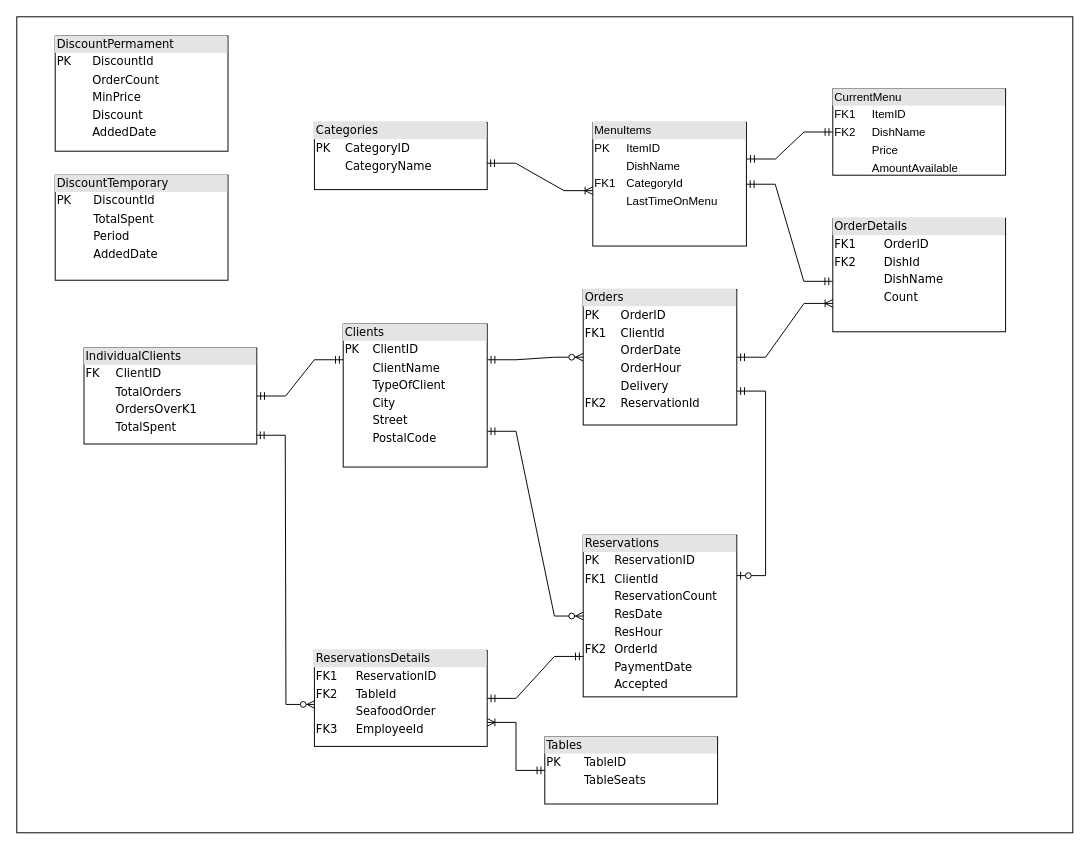
This is DataBaseSchema.drawio from mczajor/DataBases, a draw.io file, before an edit. Source tidied: cells renumbered, new cells numbered last; positions are measured from the earlier drawing's top-left corner, leaving out a move shared by most shapes. Both pictures are drawn from the tidied source at 96%, with x=0, y=0 at pixel (16, 16).
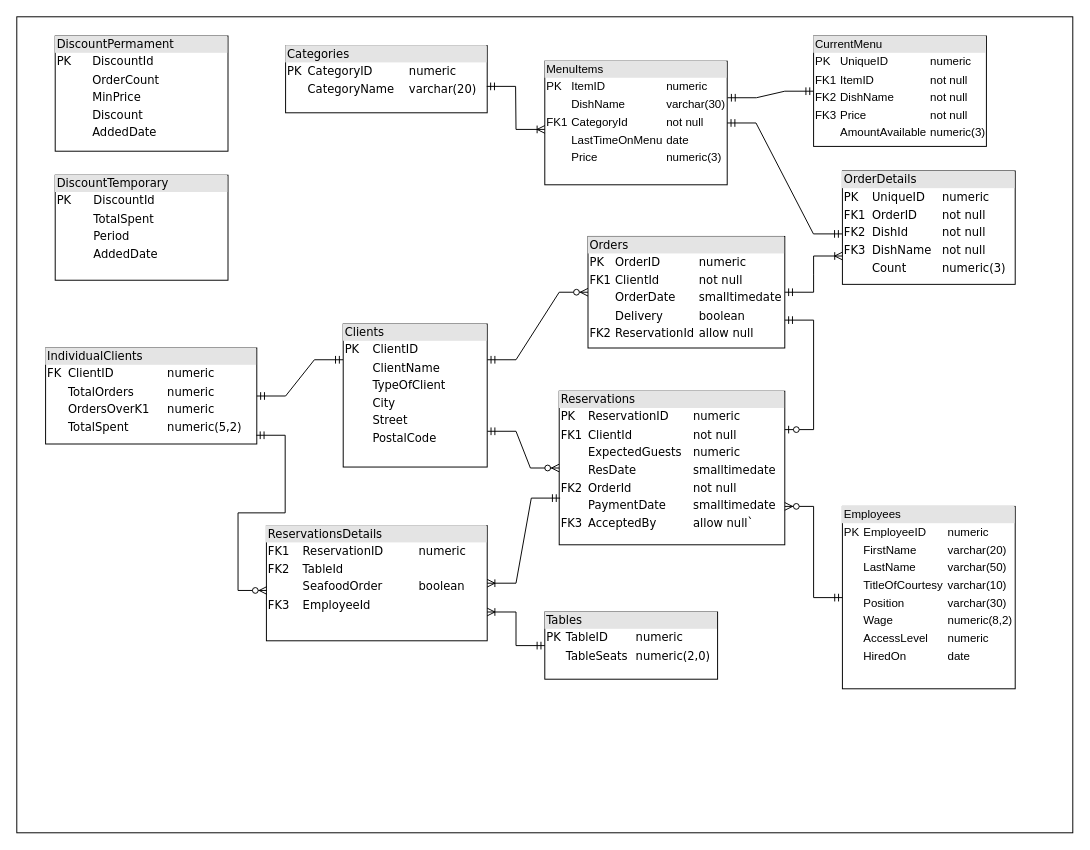
The same page after the edit.

Diff of the diagram source:
```diff
@@
-    <mxCell id="3" value="&lt;div style=&quot;box-sizing: border-box ; width: 100% ; background: #e4e4e4 ; padding: 2px&quot;&gt;Reservations&lt;br&gt;&lt;/div&gt;&lt;table style=&quot;width: 100% ; font-size: 1em&quot; cellspacing=&quot;0&quot; cellpadding=&quot;2&quot;&gt;&lt;tbody&gt;&lt;tr&gt;&lt;td&gt;PK&lt;br&gt;&lt;/td&gt;&lt;td&gt;ReservationID&lt;br&gt;&lt;/td&gt;&lt;/tr&gt;&lt;tr&gt;&lt;td&gt;FK1&lt;br&gt;&lt;/td&gt;&lt;td&gt;ClientId&lt;br&gt;&lt;/td&gt;&lt;/tr&gt;&lt;tr&gt;&lt;td&gt;&lt;br&gt;&lt;/td&gt;&lt;td&gt;ReservationCount&lt;br&gt;&lt;/td&gt;&lt;/tr&gt;&lt;tr&gt;&lt;td&gt;&lt;br&gt;&lt;/td&gt;&lt;td&gt;ResDate&lt;br&gt;&lt;/td&gt;&lt;/tr&gt;&lt;tr&gt;&lt;td&gt;&lt;br&gt;&lt;/td&gt;&lt;td&gt;ResHour&lt;br&gt;&lt;/td&gt;&lt;/tr&gt;&lt;tr&gt;&lt;td&gt;FK2&lt;br&gt;&lt;/td&gt;&lt;td&gt;OrderId&lt;br&gt;&lt;/td&gt;&lt;/tr&gt;&lt;tr&gt;&lt;td&gt;&lt;br&gt;&lt;/td&gt;&lt;td&gt;PaymentDate&lt;br&gt;&lt;/td&gt;&lt;/tr&gt;&lt;tr&gt;&lt;td&gt;&lt;br&gt;&lt;/td&gt;&lt;td&gt;Accepted&lt;br&gt;&lt;/td&gt;&lt;/tr&gt;&lt;/tbody&gt;&lt;/table&gt;" style="verticalAlign=top;align=left;overflow=fill;html=1;rounded=0;shadow=0;comic=0;labelBackgroundColor=none;strokeWidth=1;fontFamily=Verdana;fontSize=12;" parent="1" vertex="1">
-      <mxGeometry x="590" y="540" width="160" height="168.4" as="geometry" />
+    <mxCell id="3" value="&lt;div style=&quot;box-sizing: border-box ; width: 100% ; background: #e4e4e4 ; padding: 2px&quot;&gt;Reservations&lt;br&gt;&lt;/div&gt;&lt;table style=&quot;width: 100% ; font-size: 1em&quot; cellspacing=&quot;0&quot; cellpadding=&quot;2&quot;&gt;&lt;tbody&gt;&lt;tr&gt;&lt;td&gt;PK&lt;br&gt;&lt;/td&gt;&lt;td&gt;ReservationID&lt;br&gt;&lt;/td&gt;&lt;td&gt;numeric&lt;br&gt;&lt;/td&gt;&lt;/tr&gt;&lt;tr&gt;&lt;td&gt;FK1&lt;br&gt;&lt;/td&gt;&lt;td&gt;ClientId&lt;br&gt;&lt;/td&gt;&lt;td&gt;not null&lt;br&gt;&lt;/td&gt;&lt;/tr&gt;&lt;tr&gt;&lt;td&gt;&lt;br&gt;&lt;/td&gt;&lt;td&gt;ExpectedGuests&lt;br&gt;&lt;/td&gt;&lt;td&gt;numeric&lt;br&gt;&lt;/td&gt;&lt;/tr&gt;&lt;tr&gt;&lt;td&gt;&lt;br&gt;&lt;/td&gt;&lt;td&gt;ResDate&lt;br&gt;&lt;/td&gt;&lt;td&gt;smalltimedate&lt;br&gt;&lt;/td&gt;&lt;/tr&gt;&lt;tr&gt;&lt;td&gt;FK2&lt;br&gt;&lt;/td&gt;&lt;td&gt;OrderId&lt;br&gt;&lt;/td&gt;&lt;td&gt;not null&lt;br&gt;&lt;/td&gt;&lt;/tr&gt;&lt;tr&gt;&lt;td&gt;&lt;br&gt;&lt;/td&gt;&lt;td&gt;PaymentDate&lt;br&gt;&lt;/td&gt;&lt;td&gt;smalltimedate&lt;br&gt;&lt;/td&gt;&lt;/tr&gt;&lt;tr&gt;&lt;td&gt;FK3&lt;br&gt;&lt;/td&gt;&lt;td&gt;AcceptedBy&lt;br&gt;&lt;/td&gt;&lt;td&gt;allow null`&lt;br&gt;&lt;/td&gt;&lt;/tr&gt;&lt;/tbody&gt;&lt;/table&gt;" style="verticalAlign=top;align=left;overflow=fill;html=1;rounded=0;shadow=0;comic=0;labelBackgroundColor=none;strokeWidth=1;fontFamily=Verdana;fontSize=12;" parent="1" vertex="1">
+      <mxGeometry x="565" y="390" width="235" height="160" as="geometry" />
     </mxCell>
-    <mxCell id="4" value="&lt;div style=&quot;box-sizing: border-box ; width: 100% ; background: #e4e4e4 ; padding: 2px&quot;&gt;Orders&lt;/div&gt;&lt;table style=&quot;width: 100% ; font-size: 1em&quot; cellspacing=&quot;0&quot; cellpadding=&quot;2&quot;&gt;&lt;tbody&gt;&lt;tr&gt;&lt;td&gt;PK&lt;br&gt;&lt;/td&gt;&lt;td&gt;OrderID&lt;br&gt;&lt;/td&gt;&lt;/tr&gt;&lt;tr&gt;&lt;td&gt;FK1&lt;br&gt;&lt;/td&gt;&lt;td&gt;ClientId&lt;br&gt;&lt;/td&gt;&lt;/tr&gt;&lt;tr&gt;&lt;td&gt;&lt;br&gt;&lt;/td&gt;&lt;td&gt;OrderDate&lt;br&gt;&lt;/td&gt;&lt;/tr&gt;&lt;tr&gt;&lt;td&gt;&lt;br&gt;&lt;/td&gt;&lt;td&gt;OrderHour&lt;br&gt;&lt;/td&gt;&lt;/tr&gt;&lt;tr&gt;&lt;td&gt;&lt;br&gt;&lt;/td&gt;&lt;td&gt;Delivery&lt;br&gt;&lt;/td&gt;&lt;/tr&gt;&lt;tr&gt;&lt;td&gt;FK2&lt;br&gt;&lt;/td&gt;&lt;td&gt;ReservationId&lt;br&gt;&lt;/td&gt;&lt;/tr&gt;&lt;/tbody&gt;&lt;/table&gt;" style="verticalAlign=top;align=left;overflow=fill;html=1;rounded=0;shadow=0;comic=0;labelBackgroundColor=none;strokeWidth=1;fontFamily=Verdana;fontSize=12;" parent="1" vertex="1">
-      <mxGeometry x="590" y="284" width="160" height="141.2" as="geometry" />
+    <mxCell id="4" value="&lt;div style=&quot;box-sizing: border-box ; width: 100% ; background: #e4e4e4 ; padding: 2px&quot;&gt;Orders&lt;/div&gt;&lt;table style=&quot;width: 100% ; font-size: 1em&quot; cellspacing=&quot;0&quot; cellpadding=&quot;2&quot;&gt;&lt;tbody&gt;&lt;tr&gt;&lt;td&gt;PK&lt;br&gt;&lt;/td&gt;&lt;td&gt;OrderID&lt;br&gt;&lt;/td&gt;&lt;td&gt;numeric&lt;br&gt;&lt;/td&gt;&lt;/tr&gt;&lt;tr&gt;&lt;td&gt;FK1&lt;br&gt;&lt;/td&gt;&lt;td&gt;ClientId&lt;br&gt;&lt;/td&gt;&lt;td&gt;not null&lt;br&gt;&lt;/td&gt;&lt;/tr&gt;&lt;tr&gt;&lt;td&gt;&lt;br&gt;&lt;/td&gt;&lt;td&gt;OrderDate&lt;br&gt;&lt;/td&gt;&lt;td&gt;smalltimedate&lt;br&gt;&lt;/td&gt;&lt;/tr&gt;&lt;tr&gt;&lt;td&gt;&lt;br&gt;&lt;/td&gt;&lt;td&gt;Delivery&lt;br&gt;&lt;/td&gt;&lt;td&gt;boolean&lt;br&gt;&lt;/td&gt;&lt;/tr&gt;&lt;tr&gt;&lt;td&gt;FK2&lt;br&gt;&lt;/td&gt;&lt;td&gt;ReservationId&lt;br&gt;&lt;/td&gt;&lt;td&gt;allow null&lt;br&gt;&lt;/td&gt;&lt;/tr&gt;&lt;/tbody&gt;&lt;/table&gt;" style="verticalAlign=top;align=left;overflow=fill;html=1;rounded=0;shadow=0;comic=0;labelBackgroundColor=none;strokeWidth=1;fontFamily=Verdana;fontSize=12;" parent="1" vertex="1">
+      <mxGeometry x="595" y="228.8" width="205" height="116.2" as="geometry" />
     </mxCell>
-    <mxCell id="5" value="&lt;div style=&quot;box-sizing:border-box;width:100%;background:#e4e4e4;padding:2px;&quot;&gt;Categories&lt;/div&gt;&lt;table style=&quot;width:100%;font-size:1em;&quot; cellspacing=&quot;0&quot; cellpadding=&quot;2&quot;&gt;&lt;tbody&gt;&lt;tr&gt;&lt;td&gt;PK&lt;br&gt;&lt;/td&gt;&lt;td&gt;CategoryID&lt;/td&gt;&lt;/tr&gt;&lt;tr&gt;&lt;td&gt;&lt;br&gt;&lt;/td&gt;&lt;td&gt;CategoryName&lt;/td&gt;&lt;/tr&gt;&lt;/tbody&gt;&lt;/table&gt;" style="verticalAlign=top;align=left;overflow=fill;html=1;rounded=0;shadow=0;comic=0;labelBackgroundColor=none;strokeWidth=1;fontFamily=Verdana;fontSize=12;" parent="1" vertex="1">
-      <mxGeometry x="310" y="110" width="180" height="70" as="geometry" />
+    <mxCell id="5" value="&lt;div style=&quot;box-sizing:border-box;width:100%;background:#e4e4e4;padding:2px;&quot;&gt;Categories&lt;/div&gt;&lt;table style=&quot;width:100%;font-size:1em;&quot; cellspacing=&quot;0&quot; cellpadding=&quot;2&quot;&gt;&lt;tbody&gt;&lt;tr&gt;&lt;td&gt;PK&lt;br&gt;&lt;/td&gt;&lt;td&gt;CategoryID&lt;/td&gt;&lt;td&gt;numeric&lt;br&gt;&lt;/td&gt;&lt;/tr&gt;&lt;tr&gt;&lt;td&gt;&lt;br&gt;&lt;/td&gt;&lt;td&gt;CategoryName&lt;/td&gt;&lt;td&gt;varchar(20)&lt;br&gt;&lt;/td&gt;&lt;/tr&gt;&lt;/tbody&gt;&lt;/table&gt;" style="verticalAlign=top;align=left;overflow=fill;html=1;rounded=0;shadow=0;comic=0;labelBackgroundColor=none;strokeWidth=1;fontFamily=Verdana;fontSize=12;" parent="1" vertex="1">
+      <mxGeometry x="280" y="30" width="210" height="70" as="geometry" />
     </mxCell>
-    <mxCell id="6" value="&lt;div style=&quot;box-sizing: border-box ; width: 100% ; background: #e4e4e4 ; padding: 2px&quot;&gt;OrderDetails&lt;/div&gt;&lt;table style=&quot;width: 100% ; font-size: 1em&quot; cellspacing=&quot;0&quot; cellpadding=&quot;2&quot;&gt;&lt;tbody&gt;&lt;tr&gt;&lt;td&gt;FK1&lt;br&gt;&lt;/td&gt;&lt;td&gt;OrderID&lt;br&gt;&lt;/td&gt;&lt;/tr&gt;&lt;tr&gt;&lt;td&gt;FK2&lt;br&gt;&lt;/td&gt;&lt;td&gt;DishId&lt;/td&gt;&lt;/tr&gt;&lt;tr&gt;&lt;td&gt;&lt;br&gt;&lt;/td&gt;&lt;td&gt;DishName&lt;br&gt;&lt;/td&gt;&lt;/tr&gt;&lt;tr&gt;&lt;td&gt;&lt;/td&gt;&lt;td&gt;Count&lt;/td&gt;&lt;/tr&gt;&lt;tr&gt;&lt;td&gt;&lt;br&gt;&lt;/td&gt;&lt;td&gt;&lt;br&gt;&lt;/td&gt;&lt;/tr&gt;&lt;/tbody&gt;&lt;/table&gt;" style="verticalAlign=top;align=left;overflow=fill;html=1;rounded=0;shadow=0;comic=0;labelBackgroundColor=none;strokeWidth=1;fontFamily=Verdana;fontSize=12;" parent="1" vertex="1">
-      <mxGeometry x="850" y="210" width="180" height="118.1" as="geometry" />
+    <mxCell id="6" value="&lt;div style=&quot;box-sizing: border-box ; width: 100% ; background: #e4e4e4 ; padding: 2px&quot;&gt;OrderDetails&lt;/div&gt;&lt;table style=&quot;width: 100% ; font-size: 1em&quot; cellspacing=&quot;0&quot; cellpadding=&quot;2&quot;&gt;&lt;tbody&gt;&lt;tr&gt;&lt;td&gt;PK&lt;br&gt;&lt;/td&gt;&lt;td&gt;UniqueID&lt;br&gt;&lt;/td&gt;&lt;td&gt;numeric&lt;br&gt;&lt;/td&gt;&lt;/tr&gt;&lt;tr&gt;&lt;td&gt;FK1&lt;br&gt;&lt;/td&gt;&lt;td&gt;OrderID&lt;br&gt;&lt;/td&gt;&lt;td&gt;not null&lt;br&gt;&lt;/td&gt;&lt;/tr&gt;&lt;tr&gt;&lt;td&gt;FK2&lt;br&gt;&lt;/td&gt;&lt;td&gt;DishId&lt;/td&gt;&lt;td&gt;not null&lt;br&gt;&lt;/td&gt;&lt;/tr&gt;&lt;tr&gt;&lt;td&gt;FK3&lt;br&gt;&lt;/td&gt;&lt;td&gt;DishName&lt;br&gt;&lt;/td&gt;&lt;td&gt;not null&lt;br&gt;&lt;/td&gt;&lt;/tr&gt;&lt;tr&gt;&lt;td&gt;&lt;/td&gt;&lt;td&gt;Count&lt;/td&gt;&lt;td&gt;numeric(3)&lt;br&gt;&lt;/td&gt;&lt;/tr&gt;&lt;tr&gt;&lt;td&gt;&lt;br&gt;&lt;/td&gt;&lt;td&gt;&lt;br&gt;&lt;/td&gt;&lt;td&gt;&lt;br&gt;&lt;/td&gt;&lt;/tr&gt;&lt;/tbody&gt;&lt;/table&gt;" style="verticalAlign=top;align=left;overflow=fill;html=1;rounded=0;shadow=0;comic=0;labelBackgroundColor=none;strokeWidth=1;fontFamily=Verdana;fontSize=12;" parent="1" vertex="1">
+      <mxGeometry x="860" y="160.6" width="180" height="118.1" as="geometry" />
     </mxCell>
-    <mxCell id="7" value="&lt;div style=&quot;box-sizing:border-box;width:100%;background:#e4e4e4;padding:2px;&quot;&gt;Tables&lt;/div&gt;&lt;table style=&quot;width:100%;font-size:1em;&quot; cellspacing=&quot;0&quot; cellpadding=&quot;2&quot;&gt;&lt;tbody&gt;&lt;tr&gt;&lt;td&gt;PK&lt;br&gt;&lt;/td&gt;&lt;td&gt;TableID&lt;/td&gt;&lt;/tr&gt;&lt;tr&gt;&lt;td&gt;&lt;br&gt;&lt;/td&gt;&lt;td&gt;TableSeats&lt;/td&gt;&lt;/tr&gt;&lt;/tbody&gt;&lt;/table&gt;" style="verticalAlign=top;align=left;overflow=fill;html=1;rounded=0;shadow=0;comic=0;labelBackgroundColor=none;strokeWidth=1;fontFamily=Verdana;fontSize=12;" parent="1" vertex="1">
-      <mxGeometry x="550" y="750" width="180" height="70" as="geometry" />
+    <mxCell id="7" value="&lt;div style=&quot;box-sizing:border-box;width:100%;background:#e4e4e4;padding:2px;&quot;&gt;Tables&lt;/div&gt;&lt;table style=&quot;width:100%;font-size:1em;&quot; cellspacing=&quot;0&quot; cellpadding=&quot;2&quot;&gt;&lt;tbody&gt;&lt;tr&gt;&lt;td&gt;PK&lt;br&gt;&lt;/td&gt;&lt;td&gt;TableID&lt;/td&gt;&lt;td&gt;numeric&lt;br&gt;&lt;/td&gt;&lt;/tr&gt;&lt;tr&gt;&lt;td&gt;&lt;br&gt;&lt;/td&gt;&lt;td&gt;TableSeats&lt;/td&gt;&lt;td&gt;numeric(2,0)&lt;br&gt;&lt;/td&gt;&lt;/tr&gt;&lt;/tbody&gt;&lt;/table&gt;" style="verticalAlign=top;align=left;overflow=fill;html=1;rounded=0;shadow=0;comic=0;labelBackgroundColor=none;strokeWidth=1;fontFamily=Verdana;fontSize=12;" parent="1" vertex="1">
+      <mxGeometry x="550" y="620" width="180" height="70" as="geometry" />
     </mxCell>
-    <mxCell id="8" value="&lt;div style=&quot;box-sizing: border-box ; width: 100% ; background: #e4e4e4 ; padding: 2px&quot;&gt;ReservationsDetails&lt;/div&gt;&lt;table style=&quot;width: 100% ; font-size: 1em&quot; cellspacing=&quot;0&quot; cellpadding=&quot;2&quot;&gt;&lt;tbody&gt;&lt;tr&gt;&lt;td&gt;FK1&lt;br&gt;&lt;/td&gt;&lt;td&gt;ReservationID&lt;/td&gt;&lt;/tr&gt;&lt;tr&gt;&lt;td&gt;FK2&lt;br&gt;&lt;/td&gt;&lt;td&gt;TableId&lt;br&gt;&lt;/td&gt;&lt;/tr&gt;&lt;tr&gt;&lt;td&gt;&lt;br&gt;&lt;/td&gt;&lt;td&gt;SeafoodOrder&lt;br&gt;&lt;/td&gt;&lt;/tr&gt;&lt;tr&gt;&lt;td&gt;FK3&lt;br&gt;&lt;/td&gt;&lt;td&gt;EmployeeId&lt;br&gt;&lt;/td&gt;&lt;/tr&gt;&lt;/tbody&gt;&lt;/table&gt;" style="verticalAlign=top;align=left;overflow=fill;html=1;rounded=0;shadow=0;comic=0;labelBackgroundColor=none;strokeWidth=1;fontFamily=Verdana;fontSize=12;" parent="1" vertex="1">
-      <mxGeometry x="310" y="660" width="180" height="100" as="geometry" />
+    <mxCell id="8" value="&lt;div style=&quot;box-sizing: border-box ; width: 100% ; background: #e4e4e4 ; padding: 2px&quot;&gt;ReservationsDetails&lt;/div&gt;&lt;table style=&quot;width: 100% ; font-size: 1em&quot; cellspacing=&quot;0&quot; cellpadding=&quot;2&quot;&gt;&lt;tbody&gt;&lt;tr&gt;&lt;td&gt;FK1&lt;br&gt;&lt;/td&gt;&lt;td&gt;ReservationID&lt;/td&gt;&lt;td&gt;numeric&lt;br&gt;&lt;/td&gt;&lt;/tr&gt;&lt;tr&gt;&lt;td&gt;FK2&lt;br&gt;&lt;/td&gt;&lt;td&gt;TableId&lt;br&gt;&lt;/td&gt;&lt;td&gt;&lt;br&gt;&lt;/td&gt;&lt;/tr&gt;&lt;tr&gt;&lt;td&gt;&lt;br&gt;&lt;/td&gt;&lt;td&gt;SeafoodOrder&lt;br&gt;&lt;/td&gt;&lt;td&gt;boolean&lt;br&gt;&lt;/td&gt;&lt;/tr&gt;&lt;tr&gt;&lt;td&gt;FK3&lt;br&gt;&lt;/td&gt;&lt;td&gt;EmployeeId&lt;br&gt;&lt;/td&gt;&lt;td&gt;&lt;br&gt;&lt;/td&gt;&lt;/tr&gt;&lt;/tbody&gt;&lt;/table&gt;" style="verticalAlign=top;align=left;overflow=fill;html=1;rounded=0;shadow=0;comic=0;labelBackgroundColor=none;strokeWidth=1;fontFamily=Verdana;fontSize=12;" parent="1" vertex="1">
+      <mxGeometry x="260" y="530" width="230" height="120" as="geometry" />
     </mxCell>
-    <mxCell id="9" value="&lt;div style=&quot;box-sizing:border-box;width:100%;background:#e4e4e4;padding:2px;&quot;&gt;MenuItems&lt;/div&gt;&lt;table style=&quot;width:100%;font-size:1em;&quot; cellspacing=&quot;0&quot; cellpadding=&quot;2&quot;&gt;&lt;tbody&gt;&lt;tr&gt;&lt;td&gt;PK&lt;br&gt;&lt;/td&gt;&lt;td&gt;ItemID&lt;/td&gt;&lt;/tr&gt;&lt;tr&gt;&lt;td&gt;&lt;br&gt;&lt;/td&gt;&lt;td&gt;DishName&lt;br&gt;&lt;/td&gt;&lt;/tr&gt;&lt;tr&gt;&lt;td&gt;FK1&lt;/td&gt;&lt;td&gt;CategoryId&lt;/td&gt;&lt;/tr&gt;&lt;tr&gt;&lt;td&gt;&lt;br&gt;&lt;/td&gt;&lt;td&gt;LastTimeOnMenu&lt;br&gt;&lt;/td&gt;&lt;/tr&gt;&lt;/tbody&gt;&lt;/table&gt;" style="verticalAlign=top;align=left;overflow=fill;html=1;" parent="1" vertex="1">
-      <mxGeometry x="600" y="110" width="160" height="128.8" as="geometry" />
+    <mxCell id="9" value="&lt;div style=&quot;box-sizing:border-box;width:100%;background:#e4e4e4;padding:2px;&quot;&gt;MenuItems&lt;/div&gt;&lt;table style=&quot;width:100%;font-size:1em;&quot; cellspacing=&quot;0&quot; cellpadding=&quot;2&quot;&gt;&lt;tbody&gt;&lt;tr&gt;&lt;td&gt;PK&lt;br&gt;&lt;/td&gt;&lt;td&gt;ItemID&lt;/td&gt;&lt;td&gt;numeric&lt;br&gt;&lt;/td&gt;&lt;/tr&gt;&lt;tr&gt;&lt;td&gt;&lt;br&gt;&lt;/td&gt;&lt;td&gt;DishName&lt;br&gt;&lt;/td&gt;&lt;td&gt;varchar(30)&lt;br&gt;&lt;/td&gt;&lt;/tr&gt;&lt;tr&gt;&lt;td&gt;FK1&lt;/td&gt;&lt;td&gt;CategoryId&lt;/td&gt;&lt;td&gt;not null&lt;br&gt;&lt;/td&gt;&lt;/tr&gt;&lt;tr&gt;&lt;td&gt;&lt;br&gt;&lt;/td&gt;&lt;td&gt;LastTimeOnMenu&lt;br&gt;&lt;/td&gt;&lt;td&gt;date&lt;br&gt;&lt;/td&gt;&lt;/tr&gt;&lt;tr&gt;&lt;td&gt;&lt;br&gt;&lt;/td&gt;&lt;td&gt;Price&lt;br&gt;&lt;/td&gt;&lt;td&gt;numeric(3)&lt;br&gt;&lt;/td&gt;&lt;/tr&gt;&lt;/tbody&gt;&lt;/table&gt;" style="verticalAlign=top;align=left;overflow=fill;html=1;" parent="1" vertex="1">
+      <mxGeometry x="550" y="46.2" width="190" height="128.8" as="geometry" />
     </mxCell>
@@
-    <mxCell id="17" style="edgeStyle=entityRelationEdgeStyle;fontSize=12;html=1;endArrow=ERmandOne;startArrow=ERmandOne;rounded=0;entryX=0;entryY=0.75;entryDx=0;entryDy=0;" parent="1" edge="1" source="8" target="3">
-      <mxGeometry relative="1" as="geometry" />
-    </mxCell>
-    <mxCell id="18" value="&lt;div style=&quot;box-sizing: border-box ; width: 100% ; background: #e4e4e4 ; padding: 2px&quot;&gt;IndividualClients&lt;/div&gt;&lt;table style=&quot;width: 100% ; font-size: 1em&quot; cellspacing=&quot;0&quot; cellpadding=&quot;2&quot;&gt;&lt;tbody&gt;&lt;tr&gt;&lt;td&gt;FK&lt;/td&gt;&lt;td&gt;ClientID&lt;/td&gt;&lt;/tr&gt;&lt;tr&gt;&lt;td&gt;&lt;br&gt;&lt;/td&gt;&lt;td&gt;TotalOrders&lt;br&gt;&lt;/td&gt;&lt;/tr&gt;&lt;tr&gt;&lt;td&gt;&lt;br&gt;&lt;/td&gt;&lt;td&gt;OrdersOverK1&lt;br&gt;&lt;/td&gt;&lt;/tr&gt;&lt;tr&gt;&lt;td&gt;&lt;br&gt;&lt;/td&gt;&lt;td&gt;TotalSpent&lt;br&gt;&lt;/td&gt;&lt;/tr&gt;&lt;/tbody&gt;&lt;/table&gt;" style="verticalAlign=top;align=left;overflow=fill;html=1;rounded=0;shadow=0;comic=0;labelBackgroundColor=none;strokeWidth=1;fontFamily=Verdana;fontSize=12;" parent="1" vertex="1">
-      <mxGeometry x="70" y="345" width="180" height="100" as="geometry" />
+    <mxCell id="18" value="&lt;div style=&quot;box-sizing: border-box ; width: 100% ; background: #e4e4e4 ; padding: 2px&quot;&gt;IndividualClients&lt;/div&gt;&lt;table style=&quot;width: 100% ; font-size: 1em&quot; cellspacing=&quot;0&quot; cellpadding=&quot;2&quot;&gt;&lt;tbody&gt;&lt;tr&gt;&lt;td&gt;FK&lt;/td&gt;&lt;td&gt;ClientID&lt;/td&gt;&lt;td&gt;numeric&lt;br&gt;&lt;/td&gt;&lt;/tr&gt;&lt;tr&gt;&lt;td&gt;&lt;br&gt;&lt;/td&gt;&lt;td&gt;TotalOrders&lt;br&gt;&lt;/td&gt;&lt;td&gt;numeric&lt;br&gt;&lt;/td&gt;&lt;/tr&gt;&lt;tr&gt;&lt;td&gt;&lt;br&gt;&lt;/td&gt;&lt;td&gt;OrdersOverK1&lt;br&gt;&lt;/td&gt;&lt;td&gt;numeric&lt;br&gt;&lt;/td&gt;&lt;/tr&gt;&lt;tr&gt;&lt;td&gt;&lt;br&gt;&lt;/td&gt;&lt;td&gt;TotalSpent&lt;br&gt;&lt;/td&gt;&lt;td&gt;numeric(5,2)&lt;br&gt;&lt;/td&gt;&lt;/tr&gt;&lt;/tbody&gt;&lt;/table&gt;" style="verticalAlign=top;align=left;overflow=fill;html=1;rounded=0;shadow=0;comic=0;labelBackgroundColor=none;strokeWidth=1;fontFamily=Verdana;fontSize=12;" parent="1" vertex="1">
+      <mxGeometry x="30" y="345" width="220" height="100" as="geometry" />
     </mxCell>
@@
-    <mxCell id="26" value="&lt;div style=&quot;box-sizing:border-box;width:100%;background:#e4e4e4;padding:2px;&quot;&gt;CurrentMenu&lt;/div&gt;&lt;table style=&quot;width:100%;font-size:1em;&quot; cellspacing=&quot;0&quot; cellpadding=&quot;2&quot;&gt;&lt;tbody&gt;&lt;tr&gt;&lt;td&gt;FK1&lt;/td&gt;&lt;td&gt;ItemID&lt;/td&gt;&lt;/tr&gt;&lt;tr&gt;&lt;td&gt;FK2&lt;br&gt;&lt;/td&gt;&lt;td&gt;DishName&lt;/td&gt;&lt;/tr&gt;&lt;tr&gt;&lt;td&gt;&lt;/td&gt;&lt;td&gt;Price&lt;/td&gt;&lt;/tr&gt;&lt;tr&gt;&lt;td&gt;&lt;br&gt;&lt;/td&gt;&lt;td&gt;AmountAvailable&lt;br&gt;&lt;/td&gt;&lt;/tr&gt;&lt;/tbody&gt;&lt;/table&gt;" style="verticalAlign=top;align=left;overflow=fill;html=1;" parent="1" vertex="1">
-      <mxGeometry x="850" y="75" width="180" height="90" as="geometry" />
+    <mxCell id="26" value="&lt;div style=&quot;box-sizing:border-box;width:100%;background:#e4e4e4;padding:2px;&quot;&gt;CurrentMenu&lt;/div&gt;&lt;table style=&quot;width:100%;font-size:1em;&quot; cellspacing=&quot;0&quot; cellpadding=&quot;2&quot;&gt;&lt;tbody&gt;&lt;tr&gt;&lt;td&gt;PK&lt;br&gt;&lt;/td&gt;&lt;td&gt;UniqueID&lt;br&gt;&lt;/td&gt;&lt;td&gt;numeric&lt;br&gt;&lt;/td&gt;&lt;/tr&gt;&lt;tr&gt;&lt;td&gt;FK1&lt;/td&gt;&lt;td&gt;ItemID&lt;/td&gt;&lt;td&gt;not null&lt;br&gt;&lt;/td&gt;&lt;/tr&gt;&lt;tr&gt;&lt;td&gt;FK2&lt;br&gt;&lt;/td&gt;&lt;td&gt;DishName&lt;/td&gt;&lt;td&gt;not null&lt;br&gt;&lt;/td&gt;&lt;/tr&gt;&lt;tr&gt;&lt;td&gt;FK3&lt;/td&gt;&lt;td&gt;Price&lt;/td&gt;&lt;td&gt;not null&lt;br&gt;&lt;/td&gt;&lt;/tr&gt;&lt;tr&gt;&lt;td&gt;&lt;br&gt;&lt;/td&gt;&lt;td&gt;AmountAvailable&lt;br&gt;&lt;/td&gt;&lt;td&gt;numeric(3)&lt;br&gt;&lt;/td&gt;&lt;/tr&gt;&lt;/tbody&gt;&lt;/table&gt;" style="verticalAlign=top;align=left;overflow=fill;html=1;" parent="1" vertex="1">
+      <mxGeometry x="830" y="20" width="180" height="115" as="geometry" />
     </mxCell>
@@
+    <mxCell id="28" value="&lt;div style=&quot;box-sizing:border-box;width:100%;background:#e4e4e4;padding:2px;&quot;&gt;Employees&lt;br&gt;&lt;/div&gt;&lt;table style=&quot;width:100%;font-size:1em;&quot; cellspacing=&quot;0&quot; cellpadding=&quot;2&quot;&gt;&lt;tbody&gt;&lt;tr&gt;&lt;td&gt;PK&lt;/td&gt;&lt;td&gt;EmployeeID&lt;br&gt;&lt;/td&gt;&lt;td&gt;numeric&lt;br&gt;&lt;/td&gt;&lt;/tr&gt;&lt;tr&gt;&lt;td&gt;&lt;br&gt;&lt;/td&gt;&lt;td&gt;FirstName&lt;/td&gt;&lt;td&gt;varchar(20)&lt;br&gt;&lt;/td&gt;&lt;/tr&gt;&lt;tr&gt;&lt;td&gt;&lt;/td&gt;&lt;td&gt;LastName&lt;/td&gt;&lt;td&gt;varchar(50)&lt;br&gt;&lt;/td&gt;&lt;/tr&gt;&lt;tr&gt;&lt;td&gt;&lt;br&gt;&lt;/td&gt;&lt;td&gt;TitleOfCourtesy&lt;br&gt;&lt;/td&gt;&lt;td&gt;varchar(10)&lt;br&gt;&lt;/td&gt;&lt;/tr&gt;&lt;tr&gt;&lt;td&gt;&lt;br&gt;&lt;/td&gt;&lt;td&gt;Position&lt;br&gt;&lt;/td&gt;&lt;td&gt;varchar(30)&lt;br&gt;&lt;/td&gt;&lt;/tr&gt;&lt;tr&gt;&lt;td&gt;&lt;br&gt;&lt;/td&gt;&lt;td&gt;Wage&lt;br&gt;&lt;/td&gt;&lt;td&gt;numeric(8,2)&lt;br&gt;&lt;/td&gt;&lt;/tr&gt;&lt;tr&gt;&lt;td&gt;&lt;br&gt;&lt;/td&gt;&lt;td&gt;AccessLevel&lt;br&gt;&lt;/td&gt;&lt;td&gt;numeric&lt;br&gt;&lt;/td&gt;&lt;/tr&gt;&lt;tr&gt;&lt;td&gt;&lt;br&gt;&lt;/td&gt;&lt;td&gt;HiredOn&lt;br&gt;&lt;/td&gt;&lt;td&gt;date&lt;br&gt;&lt;/td&gt;&lt;/tr&gt;&lt;/tbody&gt;&lt;/table&gt;" style="verticalAlign=top;align=left;overflow=fill;html=1;" parent="1" vertex="1">
+      <mxGeometry x="860" y="510" width="180" height="190" as="geometry" />
+    </mxCell>
+    <mxCell id="29" style="edgeStyle=entityRelationEdgeStyle;fontSize=12;html=1;endArrow=ERzeroToMany;startArrow=ERmandOne;rounded=0;entryX=1;entryY=0.75;entryDx=0;entryDy=0;exitX=0;exitY=0.5;exitDx=0;exitDy=0;" parent="1" edge="1" source="28" target="3">
+      <mxGeometry relative="1" as="geometry" />
+    </mxCell>
+    <mxCell id="30" style="edgeStyle=entityRelationEdgeStyle;fontSize=12;html=1;endArrow=ERoneToMany;startArrow=ERmandOne;rounded=0;exitX=0.004;exitY=0.696;exitDx=0;exitDy=0;exitPerimeter=0;" parent="1" edge="1" source="3" target="8">
+      <mxGeometry relative="1" as="geometry" />
+    </mxCell>
```
